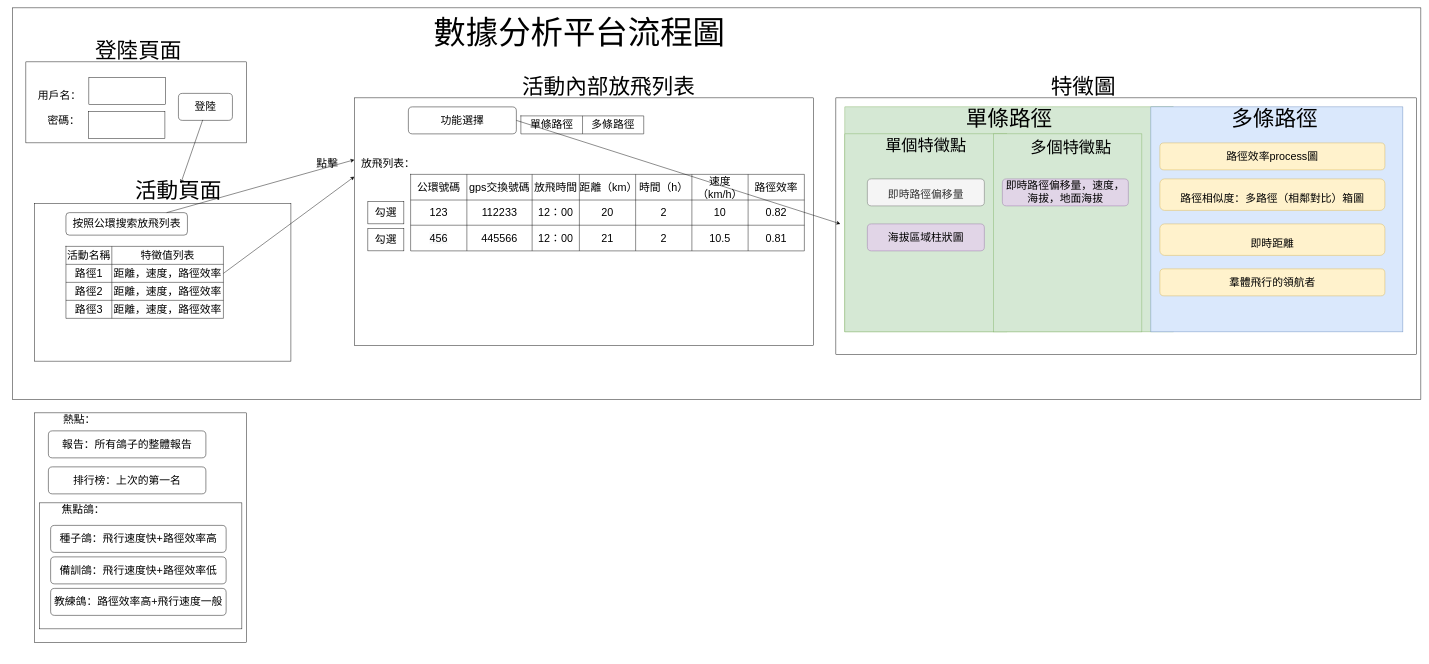
pengzhen80/PigeonRace keeps this draw.io diagram as page "數據分析平台-流程圖" (10 of 18) of gpsDataAnalysisFunctionDesion.drawio. Above is the earlier version. Source tidied: cells renumbered, new cells numbered last; positions are measured from the earlier drawing's top-left corner, leaving out a move shared by most shapes. Both pictures are drawn from the tidied source at 45%, with x=0, y=0 at pixel (12, 8).
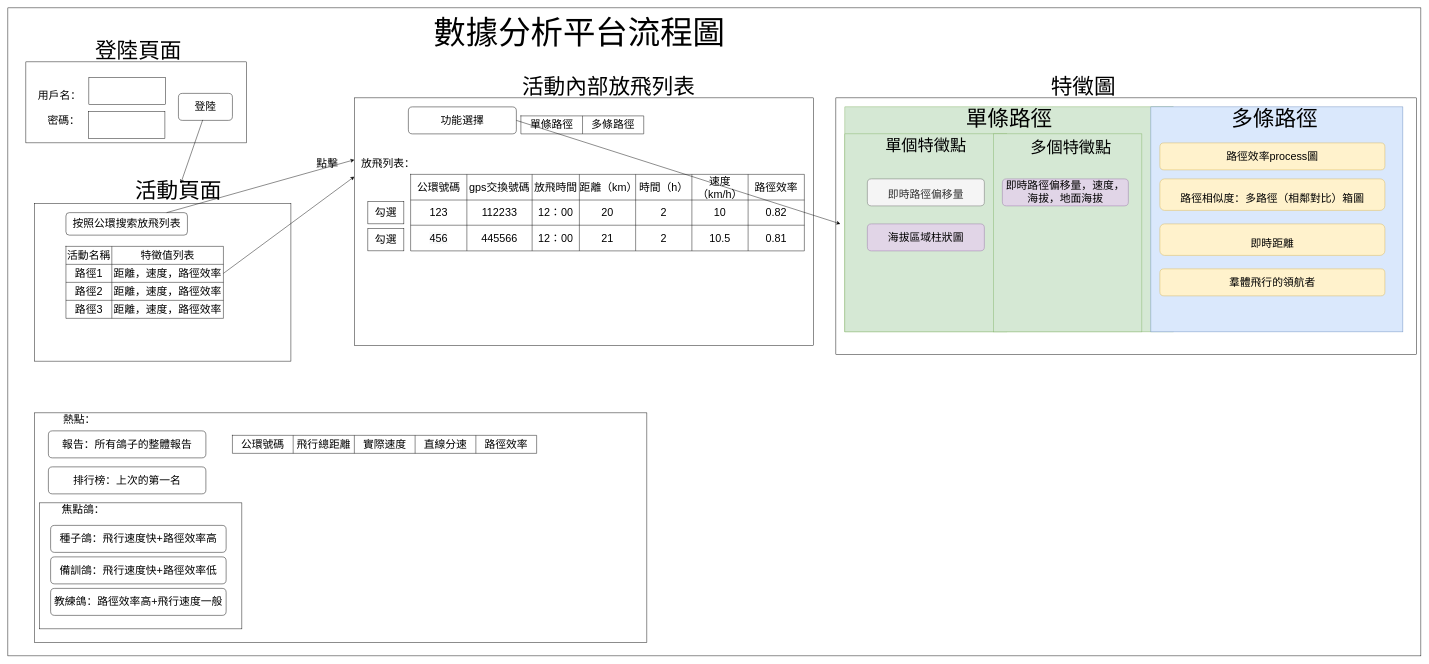
After the change.

Change to the diagram source:
```diff
@@
+    <mxCell id="4" style="rounded=0;whiteSpace=wrap;html=1;fontSize=24;" parent="1" vertex="1">
+      <mxGeometry x="-10" width="3140" height="1440" as="geometry" />
+    </mxCell>
     <mxCell id="2" style="rounded=0;whiteSpace=wrap;html=1;fontSize=24;" parent="1" vertex="1">
-      <mxGeometry x="49" y="900" width="471" height="510" as="geometry" />
+      <mxGeometry x="49" y="900" width="1361" height="510" as="geometry" />
     </mxCell>
@@
-    <mxCell id="4" style="rounded=0;whiteSpace=wrap;html=1;fontSize=24;" parent="1" vertex="1">
-      <mxGeometry width="3130" height="870" as="geometry" />
-    </mxCell>
@@
+    <mxCell id="93" style="shape=table;startSize=0;childLayout=tableLayout;fontSize=24;" parent="1" vertex="1">
+      <mxGeometry x="489" y="950" width="676" height="40" as="geometry" />
+    </mxCell>
+    <mxCell id="94" style="shape=tableRow;horizontal=0;startSize=0;swimlaneHead=0;swimlaneBody=0;top=0;left=0;bottom=0;right=0;fillColor=none;fontSize=24;" parent="93" vertex="1">
+      <mxGeometry width="676" height="40" as="geometry" />
+    </mxCell>
+    <mxCell id="95" value="公環號碼" style="shape=partialRectangle;html=1;whiteSpace=wrap;overflow=hidden;fillColor=none;top=0;left=0;bottom=0;right=0;fontSize=24;" parent="94" vertex="1">
+      <mxGeometry width="135" height="40" as="geometry" />
+    </mxCell>
+    <mxCell id="96" value="飛行總距離" style="shape=partialRectangle;html=1;whiteSpace=wrap;overflow=hidden;fillColor=none;top=0;left=0;bottom=0;right=0;fontSize=24;" parent="94" vertex="1">
+      <mxGeometry x="135" width="136" height="40" as="geometry" />
+    </mxCell>
+    <mxCell id="97" value="實際速度" style="shape=partialRectangle;html=1;whiteSpace=wrap;overflow=hidden;fillColor=none;top=0;left=0;bottom=0;right=0;fontSize=24;" parent="94" vertex="1">
+      <mxGeometry x="271" width="135" height="40" as="geometry" />
+    </mxCell>
+    <mxCell id="98" value="直線分速" style="shape=partialRectangle;html=1;whiteSpace=wrap;overflow=hidden;fillColor=none;top=0;left=0;bottom=0;right=0;fontSize=24;" parent="94" vertex="1">
+      <mxGeometry x="406" width="135" height="40" as="geometry" />
+    </mxCell>
+    <mxCell id="99" value="路徑效率" style="shape=partialRectangle;html=1;whiteSpace=wrap;overflow=hidden;fillColor=none;top=0;left=0;bottom=0;right=0;fontSize=24;" parent="94" vertex="1">
+      <mxGeometry x="541" width="135" height="40" as="geometry" />
+    </mxCell>
```
